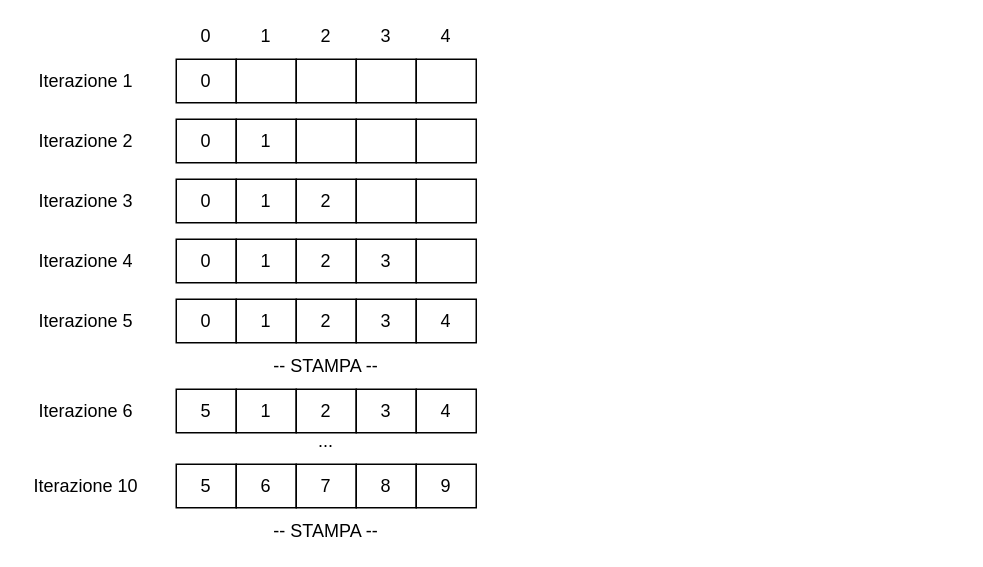
Earlier version of the draw.io diagram Untitled Diagram.drawio (szacchino/Lezione200219). Source tidied: cells renumbered, new cells numbered last; positions are measured from the earlier drawing's top-left corner, leaving out a move shared by most shapes. Both pictures are drawn from the tidied source at 150%, with x=0, y=0 at pixel (26, 28).
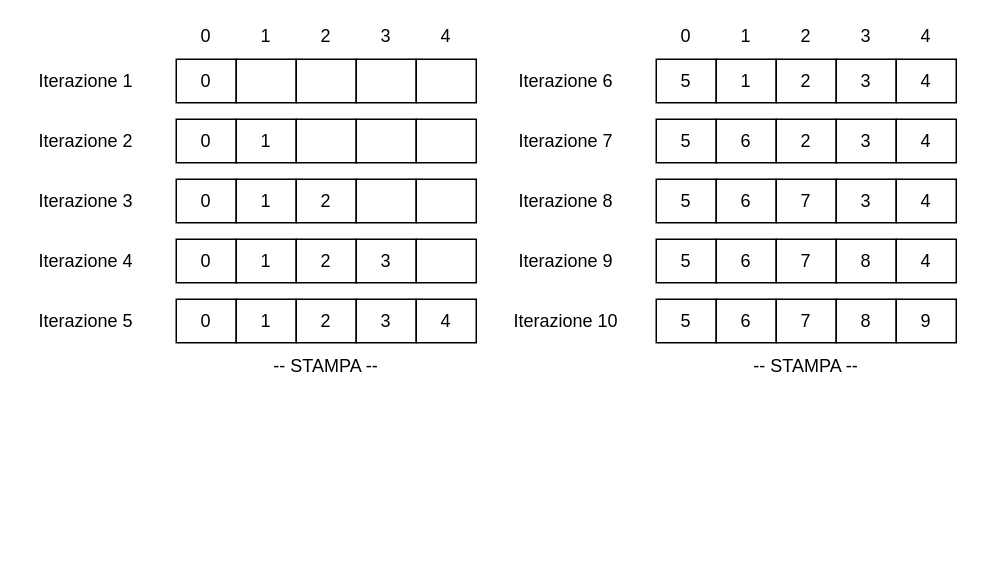
The same page after the edit.

Change to the diagram source:
```diff
@@
     <mxCell id="38" value="5" style="rounded=0;whiteSpace=wrap;html=1;" parent="1" vertex="1">
-      <mxGeometry x="100" y="240" width="40" height="29" as="geometry" />
+      <mxGeometry x="420" y="20" width="40" height="29" as="geometry" />
     </mxCell>
     <mxCell id="39" value="1" style="rounded=0;whiteSpace=wrap;html=1;" parent="1" vertex="1">
-      <mxGeometry x="140" y="240" width="40" height="29" as="geometry" />
+      <mxGeometry x="460" y="20" width="40" height="29" as="geometry" />
     </mxCell>
     <mxCell id="40" value="2" style="rounded=0;whiteSpace=wrap;html=1;" parent="1" vertex="1">
-      <mxGeometry x="180" y="240" width="40" height="29" as="geometry" />
+      <mxGeometry x="500" y="20" width="40" height="29" as="geometry" />
     </mxCell>
     <mxCell id="41" value="3" style="rounded=0;whiteSpace=wrap;html=1;" parent="1" vertex="1">
-      <mxGeometry x="220" y="240" width="40" height="29" as="geometry" />
+      <mxGeometry x="540" y="20" width="40" height="29" as="geometry" />
     </mxCell>
     <mxCell id="42" value="4" style="rounded=0;whiteSpace=wrap;html=1;" parent="1" vertex="1">
-      <mxGeometry x="260" y="240" width="40" height="29" as="geometry" />
+      <mxGeometry x="580" y="20" width="40" height="29" as="geometry" />
     </mxCell>
     <mxCell id="43" value="Iterazione 6" style="text;html=1;strokeColor=none;fillColor=none;align=center;verticalAlign=middle;whiteSpace=wrap;rounded=0;" parent="1" vertex="1">
-      <mxGeometry y="250" width="80" height="9" as="geometry" />
+      <mxGeometry x="320" y="30" width="80" height="9" as="geometry" />
     </mxCell>
     <mxCell id="44" value="5" style="rounded=0;whiteSpace=wrap;html=1;" parent="1" vertex="1">
-      <mxGeometry x="100" y="290" width="40" height="29" as="geometry" />
+      <mxGeometry x="420" y="180" width="40" height="29" as="geometry" />
     </mxCell>
     <mxCell id="45" value="6" style="rounded=0;whiteSpace=wrap;html=1;" parent="1" vertex="1">
-      <mxGeometry x="140" y="290" width="40" height="29" as="geometry" />
+      <mxGeometry x="460" y="180" width="40" height="29" as="geometry" />
     </mxCell>
     <mxCell id="46" value="7" style="rounded=0;whiteSpace=wrap;html=1;" parent="1" vertex="1">
-      <mxGeometry x="180" y="290" width="40" height="29" as="geometry" />
+      <mxGeometry x="500" y="180" width="40" height="29" as="geometry" />
     </mxCell>
     <mxCell id="47" value="8" style="rounded=0;whiteSpace=wrap;html=1;" parent="1" vertex="1">
-      <mxGeometry x="220" y="290" width="40" height="29" as="geometry" />
+      <mxGeometry x="540" y="180" width="40" height="29" as="geometry" />
     </mxCell>
     <mxCell id="48" value="9" style="rounded=0;whiteSpace=wrap;html=1;" parent="1" vertex="1">
-      <mxGeometry x="260" y="290" width="40" height="29" as="geometry" />
+      <mxGeometry x="580" y="180" width="40" height="29" as="geometry" />
     </mxCell>
     <mxCell id="49" value="Iterazione 10" style="text;html=1;strokeColor=none;fillColor=none;align=center;verticalAlign=middle;whiteSpace=wrap;rounded=0;" parent="1" vertex="1">
-      <mxGeometry y="300" width="80" height="9" as="geometry" />
+      <mxGeometry x="320" y="190" width="80" height="9" as="geometry" />
     </mxCell>
-    <mxCell id="50" value="..." style="text;html=1;strokeColor=none;fillColor=none;align=center;verticalAlign=middle;whiteSpace=wrap;rounded=0;" parent="1" vertex="1">
-      <mxGeometry x="160" y="270" width="80" height="9" as="geometry" />
-    </mxCell>
     <mxCell id="51" value="-- STAMPA --" style="text;html=1;strokeColor=none;fillColor=none;align=center;verticalAlign=middle;whiteSpace=wrap;rounded=0;" parent="1" vertex="1">
-      <mxGeometry x="160" y="330" width="80" height="9" as="geometry" />
+      <mxGeometry x="480" y="220" width="80" height="9" as="geometry" />
     </mxCell>
+    <mxCell id="52" value="5" style="rounded=0;whiteSpace=wrap;html=1;" parent="1" vertex="1">
+      <mxGeometry x="420" y="140" width="40" height="29" as="geometry" />
+    </mxCell>
+    <mxCell id="53" value="6" style="rounded=0;whiteSpace=wrap;html=1;" parent="1" vertex="1">
+      <mxGeometry x="460" y="140" width="40" height="29" as="geometry" />
+    </mxCell>
+    <mxCell id="54" value="7" style="rounded=0;whiteSpace=wrap;html=1;" parent="1" vertex="1">
+      <mxGeometry x="500" y="140" width="40" height="29" as="geometry" />
+    </mxCell>
+    <mxCell id="55" value="8" style="rounded=0;whiteSpace=wrap;html=1;" parent="1" vertex="1">
+      <mxGeometry x="540" y="140" width="40" height="29" as="geometry" />
+    </mxCell>
+    <mxCell id="56" value="4" style="rounded=0;whiteSpace=wrap;html=1;" parent="1" vertex="1">
+      <mxGeometry x="580" y="140" width="40" height="29" as="geometry" />
+    </mxCell>
+    <mxCell id="57" value="Iterazione 9" style="text;html=1;strokeColor=none;fillColor=none;align=center;verticalAlign=middle;whiteSpace=wrap;rounded=0;" parent="1" vertex="1">
+      <mxGeometry x="320" y="150" width="80" height="9" as="geometry" />
+    </mxCell>
+    <mxCell id="58" value="5" style="rounded=0;whiteSpace=wrap;html=1;" parent="1" vertex="1">
+      <mxGeometry x="420" y="100" width="40" height="29" as="geometry" />
+    </mxCell>
+    <mxCell id="59" value="6" style="rounded=0;whiteSpace=wrap;html=1;" parent="1" vertex="1">
+      <mxGeometry x="460" y="100" width="40" height="29" as="geometry" />
+    </mxCell>
+    <mxCell id="60" value="7" style="rounded=0;whiteSpace=wrap;html=1;" parent="1" vertex="1">
+      <mxGeometry x="500" y="100" width="40" height="29" as="geometry" />
+    </mxCell>
+    <mxCell id="61" value="3" style="rounded=0;whiteSpace=wrap;html=1;" parent="1" vertex="1">
+      <mxGeometry x="540" y="100" width="40" height="29" as="geometry" />
+    </mxCell>
+    <mxCell id="62" value="4" style="rounded=0;whiteSpace=wrap;html=1;" parent="1" vertex="1">
+      <mxGeometry x="580" y="100" width="40" height="29" as="geometry" />
+    </mxCell>
+    <mxCell id="63" value="Iterazione 8" style="text;html=1;strokeColor=none;fillColor=none;align=center;verticalAlign=middle;whiteSpace=wrap;rounded=0;" parent="1" vertex="1">
+      <mxGeometry x="320" y="110" width="80" height="9" as="geometry" />
+    </mxCell>
+    <mxCell id="64" value="5" style="rounded=0;whiteSpace=wrap;html=1;" parent="1" vertex="1">
+      <mxGeometry x="420" y="60" width="40" height="29" as="geometry" />
+    </mxCell>
+    <mxCell id="65" value="6" style="rounded=0;whiteSpace=wrap;html=1;" parent="1" vertex="1">
+      <mxGeometry x="460" y="60" width="40" height="29" as="geometry" />
+    </mxCell>
+    <mxCell id="66" value="2" style="rounded=0;whiteSpace=wrap;html=1;" parent="1" vertex="1">
+      <mxGeometry x="500" y="60" width="40" height="29" as="geometry" />
+    </mxCell>
+    <mxCell id="67" value="3" style="rounded=0;whiteSpace=wrap;html=1;" parent="1" vertex="1">
+      <mxGeometry x="540" y="60" width="40" height="29" as="geometry" />
+    </mxCell>
+    <mxCell id="68" value="4" style="rounded=0;whiteSpace=wrap;html=1;" parent="1" vertex="1">
+      <mxGeometry x="580" y="60" width="40" height="29" as="geometry" />
+    </mxCell>
+    <mxCell id="69" value="Iterazione 7" style="text;html=1;strokeColor=none;fillColor=none;align=center;verticalAlign=middle;whiteSpace=wrap;rounded=0;" parent="1" vertex="1">
+      <mxGeometry x="320" y="70" width="80" height="9" as="geometry" />
+    </mxCell>
+    <mxCell id="70" value="0" style="text;html=1;strokeColor=none;fillColor=none;align=center;verticalAlign=middle;whiteSpace=wrap;rounded=0;" parent="1" vertex="1">
+      <mxGeometry x="420" width="40" height="9" as="geometry" />
+    </mxCell>
+    <mxCell id="71" value="1" style="text;html=1;strokeColor=none;fillColor=none;align=center;verticalAlign=middle;whiteSpace=wrap;rounded=0;" parent="1" vertex="1">
+      <mxGeometry x="460" width="40" height="9" as="geometry" />
+    </mxCell>
+    <mxCell id="72" value="2" style="text;html=1;strokeColor=none;fillColor=none;align=center;verticalAlign=middle;whiteSpace=wrap;rounded=0;" parent="1" vertex="1">
+      <mxGeometry x="500" width="40" height="9" as="geometry" />
+    </mxCell>
+    <mxCell id="73" value="3" style="text;html=1;strokeColor=none;fillColor=none;align=center;verticalAlign=middle;whiteSpace=wrap;rounded=0;" parent="1" vertex="1">
+      <mxGeometry x="540" width="40" height="9" as="geometry" />
+    </mxCell>
+    <mxCell id="74" value="4" style="text;html=1;strokeColor=none;fillColor=none;align=center;verticalAlign=middle;whiteSpace=wrap;rounded=0;" parent="1" vertex="1">
+      <mxGeometry x="580" width="40" height="9" as="geometry" />
+    </mxCell>
```
